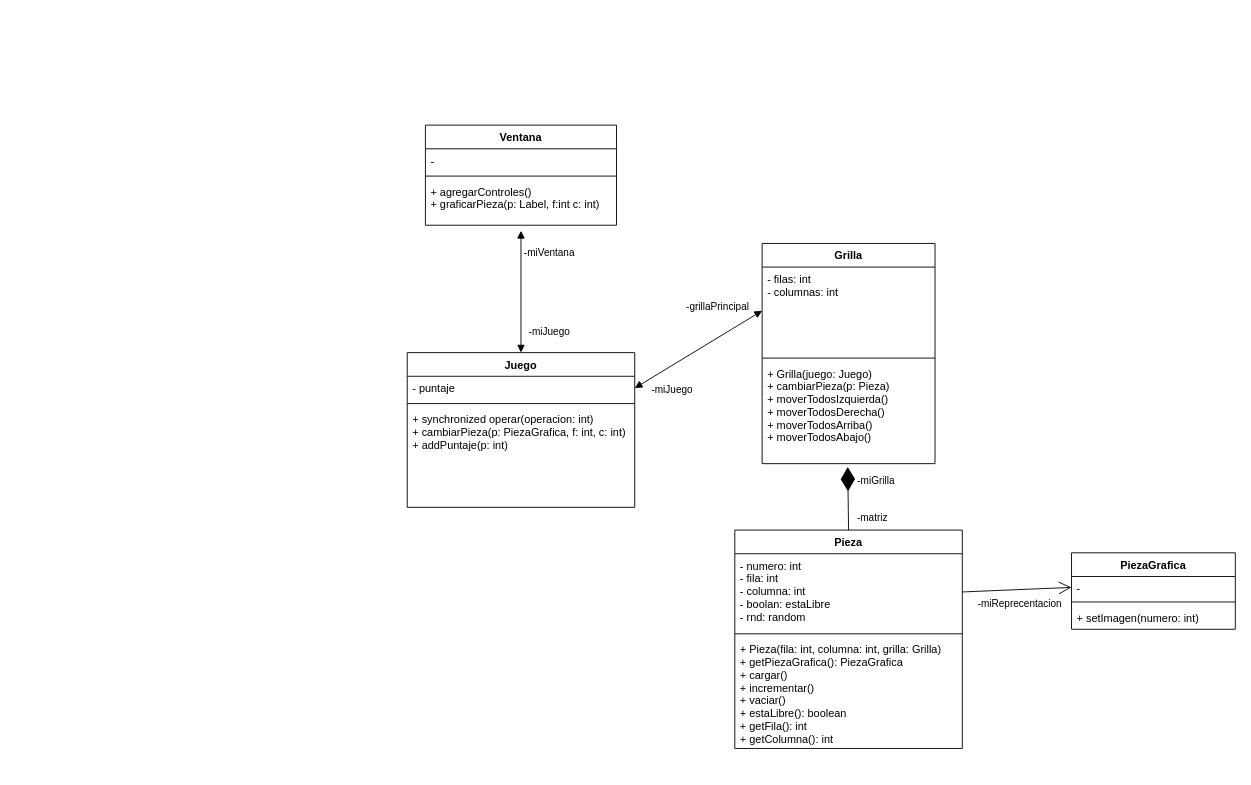
brianalcl/4096 keeps this draw.io diagram as diagrama de clases/4096.drawio. Above is the earlier version. Source tidied: cells renumbered, new cells numbered last; positions are measured from the earlier drawing's top-left corner, leaving out a move shared by most shapes. Both pictures are drawn from the tidied source at 91%, with x=0, y=0 at pixel (407, 125).
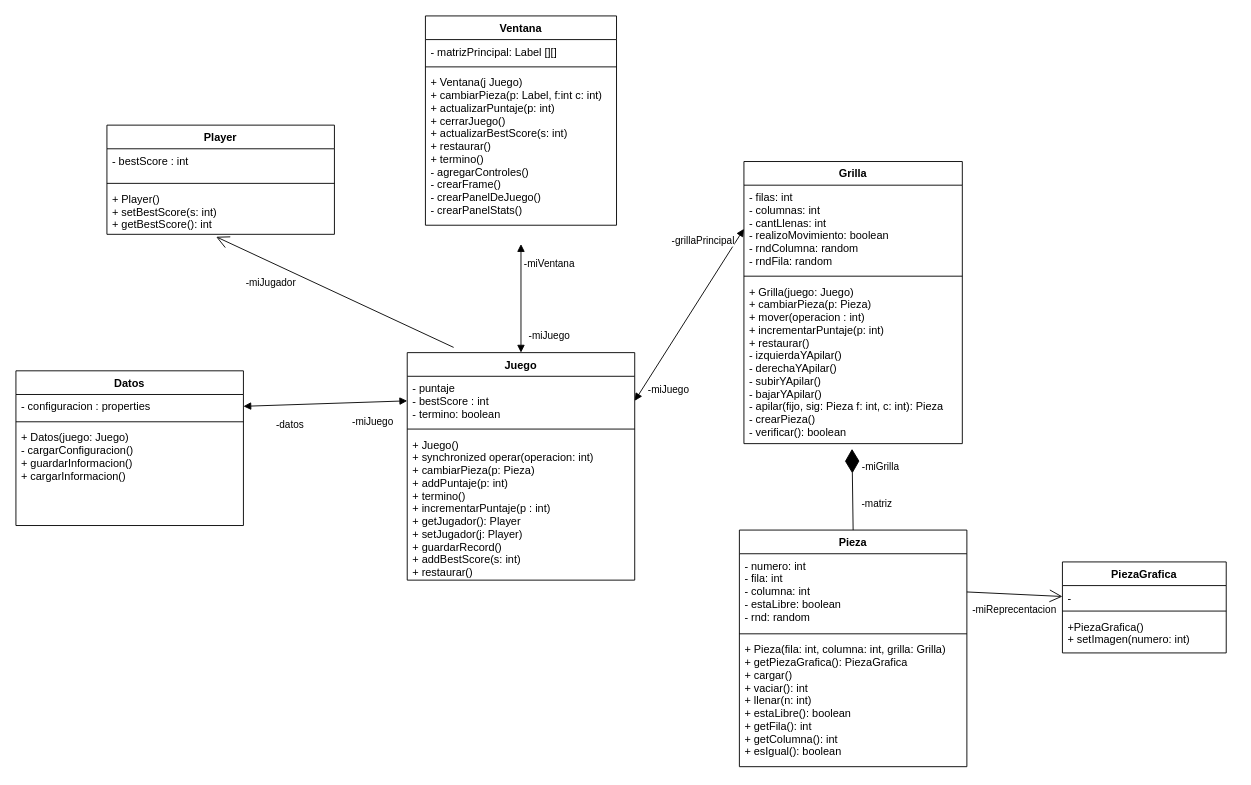
Above is the later version.

Commit message:
Actualizado diagrama de clases

The edit, as a diff of the source:
```diff
@@
     <mxCell id="2" value="Juego" style="swimlane;fontStyle=1;align=center;verticalAlign=top;horizontal=1;startSize=26;" parent="1" vertex="1">
-      <mxGeometry y="250" width="250" height="170" as="geometry" />
+      <mxGeometry y="250" width="250" height="250" as="geometry" />
     </mxCell>
-    <mxCell id="3" value="- puntaje" style="text;strokeColor=none;fillColor=none;align=left;verticalAlign=top;spacingLeft=4;spacingRight=4;overflow=hidden;points=[[0,0.5],[1,0.5]];portConstraint=eastwest;" parent="2" vertex="1">
-      <mxGeometry y="26" width="250" height="26" as="geometry" />
+    <mxCell id="3" value="- puntaje&#10;- bestScore : int&#10;- termino: boolean" style="text;strokeColor=none;fillColor=none;align=left;verticalAlign=top;spacingLeft=4;spacingRight=4;overflow=hidden;points=[[0,0.5],[1,0.5]];portConstraint=eastwest;" parent="2" vertex="1">
+      <mxGeometry y="26" width="250" height="54" as="geometry" />
     </mxCell>
     <mxCell id="4" style="line;strokeWidth=1;fillColor=none;align=left;verticalAlign=middle;spacingTop=-1;spacingLeft=3;spacingRight=3;labelPosition=right;" parent="2" vertex="1">
-      <mxGeometry y="52" width="250" height="8" as="geometry" />
+      <mxGeometry y="80" width="250" height="8" as="geometry" />
     </mxCell>
-    <mxCell id="5" value="+ synchronized operar(operacion: int)&#10;+ cambiarPieza(p: PiezaGrafica, f: int, c: int)&#10;+ addPuntaje(p: int)" style="text;strokeColor=none;fillColor=none;align=left;verticalAlign=top;spacingLeft=4;spacingRight=4;overflow=hidden;" parent="2" vertex="1">
-      <mxGeometry y="60" width="250" height="110" as="geometry" />
+    <mxCell id="5" value="+ Juego()&#10;+ synchronized operar(operacion: int)&#10;+ cambiarPieza(p: Pieza)&#10;+ addPuntaje(p: int)&#10;+ termino()&#10;+ incrementarPuntaje(p : int)&#10;+ getJugador(): Player&#10;+ setJugador(j: Player)&#10;+ guardarRecord()&#10;+ addBestScore(s: int)&#10;+ restaurar()" style="text;strokeColor=none;fillColor=none;align=left;verticalAlign=top;spacingLeft=4;spacingRight=4;overflow=hidden;" parent="2" vertex="1">
+      <mxGeometry y="88" width="250" height="162" as="geometry" />
     </mxCell>
     <mxCell id="6" value="Ventana" style="swimlane;fontStyle=1;align=center;verticalAlign=top;horizontal=1;startSize=26;" parent="1" vertex="1">
-      <mxGeometry x="20" width="210" height="110" as="geometry" />
+      <mxGeometry x="20" y="-120" width="210" height="230" as="geometry" />
     </mxCell>
-    <mxCell id="7" value="-" style="text;strokeColor=none;fillColor=none;align=left;verticalAlign=top;spacingLeft=4;spacingRight=4;overflow=hidden;" parent="6" vertex="1">
+    <mxCell id="7" value="- matrizPrincipal: Label [][]" style="text;strokeColor=none;fillColor=none;align=left;verticalAlign=top;spacingLeft=4;spacingRight=4;overflow=hidden;" parent="6" vertex="1">
       <mxGeometry y="26" width="210" height="26" as="geometry" />
     </mxCell>
@@
-    <mxCell id="9" value="+ agregarControles()&#10;+ graficarPieza(p: Label, f:int c: int)" style="text;strokeColor=none;fillColor=none;align=left;verticalAlign=top;spacingLeft=4;spacingRight=4;overflow=hidden;points=[[0,0.5],[1,0.5]];portConstraint=eastwest;" parent="6" vertex="1">
-      <mxGeometry y="60" width="210" height="50" as="geometry" />
+    <mxCell id="9" value="+ Ventana(j Juego)&#10;+ cambiarPieza(p: Label, f:int c: int)&#10;+ actualizarPuntaje(p: int)&#10;+ cerrarJuego()&#10;+ actualizarBestScore(s: int)&#10;+ restaurar()&#10;+ termino()&#10;- agregarControles()&#10;- crearFrame()&#10;- crearPanelDeJuego()&#10;- crearPanelStats()" style="text;strokeColor=none;fillColor=none;align=left;verticalAlign=top;spacingLeft=4;spacingRight=4;overflow=hidden;points=[[0,0.5],[1,0.5]];portConstraint=eastwest;" parent="6" vertex="1">
+      <mxGeometry y="60" width="210" height="170" as="geometry" />
     </mxCell>
     <mxCell id="10" value="Grilla" style="swimlane;fontStyle=1;align=center;verticalAlign=top;horizontal=1;startSize=26;" parent="1" vertex="1">
-      <mxGeometry x="390" y="130" width="190" height="242" as="geometry" />
+      <mxGeometry x="370" y="40" width="240" height="310" as="geometry" />
     </mxCell>
-    <mxCell id="11" value="- filas: int&#10;- columnas: int" style="text;strokeColor=none;fillColor=none;align=left;verticalAlign=top;spacingLeft=4;spacingRight=4;overflow=hidden;points=[[0,0.5],[1,0.5]];portConstraint=eastwest;" parent="10" vertex="1">
-      <mxGeometry y="26" width="190" height="96" as="geometry" />
+    <mxCell id="11" value="- filas: int&#10;- columnas: int&#10;- cantLlenas: int&#10;- realizoMovimiento: boolean&#10;- rndColumna: random&#10;- rndFila: random" style="text;strokeColor=none;fillColor=none;align=left;verticalAlign=top;spacingLeft=4;spacingRight=4;overflow=hidden;points=[[0,0.5],[1,0.5]];portConstraint=eastwest;" parent="10" vertex="1">
+      <mxGeometry y="26" width="240" height="96" as="geometry" />
     </mxCell>
     <mxCell id="12" style="line;strokeWidth=1;fillColor=none;align=left;verticalAlign=middle;spacingTop=-1;spacingLeft=3;spacingRight=3;labelPosition=right;" parent="10" vertex="1">
-      <mxGeometry y="122" width="190" height="8" as="geometry" />
+      <mxGeometry y="122" width="240" height="8" as="geometry" />
     </mxCell>
-    <mxCell id="13" value="+ Grilla(juego: Juego)&#10;+ cambiarPieza(p: Pieza)&#10;+ moverTodosIzquierda()&#10;+ moverTodosDerecha()&#10;+ moverTodosArriba()&#10;+ moverTodosAbajo()" style="text;strokeColor=none;fillColor=none;align=left;verticalAlign=top;spacingLeft=4;spacingRight=4;overflow=hidden;points=[[0,0.5],[1,0.5]];portConstraint=eastwest;" parent="10" vertex="1">
-      <mxGeometry y="130" width="190" height="112" as="geometry" />
+    <mxCell id="13" value="+ Grilla(juego: Juego)&#10;+ cambiarPieza(p: Pieza)&#10;+ mover(operacion : int)&#10;+ incrementarPuntaje(p: int)&#10;+ restaurar()&#10;- izquierdaYApilar()&#10;- derechaYApilar()&#10;- subirYApilar()&#10;- bajarYApilar()&#10;- apilar(fijo, sig: Pieza f: int, c: int): Pieza&#10;- crearPieza()&#10;- verificar(): boolean" style="text;strokeColor=none;fillColor=none;align=left;verticalAlign=top;spacingLeft=4;spacingRight=4;overflow=hidden;points=[[0,0.5],[1,0.5]];portConstraint=eastwest;" parent="10" vertex="1">
+      <mxGeometry y="130" width="240" height="180" as="geometry" />
     </mxCell>
@@
     <mxCell id="20" value="Pieza" style="swimlane;fontStyle=1;align=center;verticalAlign=top;horizontal=1;startSize=26;" parent="1" vertex="1">
-      <mxGeometry x="360" y="445" width="250" height="240" as="geometry" />
+      <mxGeometry x="365" y="445" width="250" height="260" as="geometry" />
     </mxCell>
-    <mxCell id="21" value="- numero: int&#10;- fila: int&#10;- columna: int&#10;- boolan: estaLibre&#10;- rnd: random" style="text;strokeColor=none;fillColor=none;align=left;verticalAlign=top;spacingLeft=4;spacingRight=4;overflow=hidden;points=[[0,0.5],[1,0.5]];portConstraint=eastwest;" parent="20" vertex="1">
+    <mxCell id="21" value="- numero: int&#10;- fila: int&#10;- columna: int&#10;- estaLibre: boolean&#10;- rnd: random" style="text;strokeColor=none;fillColor=none;align=left;verticalAlign=top;spacingLeft=4;spacingRight=4;overflow=hidden;points=[[0,0.5],[1,0.5]];portConstraint=eastwest;" parent="20" vertex="1">
       <mxGeometry y="26" width="250" height="84" as="geometry" />
     </mxCell>
@@
-    <mxCell id="23" value="+ Pieza(fila: int, columna: int, grilla: Grilla)&#10;+ getPiezaGrafica(): PiezaGrafica&#10;+ cargar()&#10;+ incrementar()&#10;+ vaciar()&#10;+ estaLibre(): boolean&#10;+ getFila(): int&#10;+ getColumna(): int" style="text;strokeColor=none;fillColor=none;align=left;verticalAlign=top;spacingLeft=4;spacingRight=4;overflow=hidden;" parent="20" vertex="1">
-      <mxGeometry y="118" width="250" height="122" as="geometry" />
+    <mxCell id="23" value="+ Pieza(fila: int, columna: int, grilla: Grilla)&#10;+ getPiezaGrafica(): PiezaGrafica&#10;+ cargar()&#10;+ vaciar(): int&#10;+ llenar(n: int)&#10;+ estaLibre(): boolean&#10;+ getFila(): int&#10;+ getColumna(): int&#10;+ esIgual(): boolean" style="text;strokeColor=none;fillColor=none;align=left;verticalAlign=top;spacingLeft=4;spacingRight=4;overflow=hidden;" parent="20" vertex="1">
+      <mxGeometry y="118" width="250" height="142" as="geometry" />
     </mxCell>
     <mxCell id="24" value="PiezaGrafica" style="swimlane;fontStyle=1;align=center;verticalAlign=top;horizontal=1;startSize=26;" parent="1" vertex="1">
-      <mxGeometry x="730" y="470" width="180" height="84" as="geometry" />
+      <mxGeometry x="720" y="480" width="180" height="100" as="geometry" />
     </mxCell>
@@
-    <mxCell id="27" value="+ setImagen(numero: int)" style="text;strokeColor=none;fillColor=none;align=left;verticalAlign=top;spacingLeft=4;spacingRight=4;overflow=hidden;" parent="24" vertex="1">
-      <mxGeometry y="58" width="180" height="26" as="geometry" />
+    <mxCell id="27" value="+PiezaGrafica()&#10;+ setImagen(numero: int)" style="text;strokeColor=none;fillColor=none;align=left;verticalAlign=top;spacingLeft=4;spacingRight=4;overflow=hidden;" parent="24" vertex="1">
+      <mxGeometry y="58" width="180" height="42" as="geometry" />
     </mxCell>
@@
+    <mxCell id="33" value="Datos" style="swimlane;fontStyle=1;align=center;verticalAlign=top;horizontal=1;startSize=26;" parent="1" vertex="1">
+      <mxGeometry x="-430" y="270" width="250" height="170" as="geometry" />
+    </mxCell>
+    <mxCell id="34" value="- configuracion : properties" style="text;strokeColor=none;fillColor=none;align=left;verticalAlign=top;spacingLeft=4;spacingRight=4;overflow=hidden;points=[[0,0.5],[1,0.5]];portConstraint=eastwest;" parent="33" vertex="1">
+      <mxGeometry y="26" width="250" height="26" as="geometry" />
+    </mxCell>
+    <mxCell id="35" style="line;strokeWidth=1;fillColor=none;align=left;verticalAlign=middle;spacingTop=-1;spacingLeft=3;spacingRight=3;labelPosition=right;" parent="33" vertex="1">
+      <mxGeometry y="52" width="250" height="8" as="geometry" />
+    </mxCell>
+    <mxCell id="36" value="+ Datos(juego: Juego)&#10;- cargarConfiguracion()&#10;+ guardarInformacion()&#10;+ cargarInformacion()" style="text;strokeColor=none;fillColor=none;align=left;verticalAlign=top;spacingLeft=4;spacingRight=4;overflow=hidden;" parent="33" vertex="1">
+      <mxGeometry y="60" width="250" height="110" as="geometry" />
+    </mxCell>
+    <mxCell id="37" style="endArrow=block;startArrow=block;endFill=1;startFill=1;html=1;rounded=0;entryX=1;entryY=0.5;entryDx=0;entryDy=0;exitX=0;exitY=0.5;exitDx=0;exitDy=0;" parent="1" edge="1" source="3" target="34">
+      <mxGeometry relative="1" as="geometry" />
+    </mxCell>
+    <mxCell id="38" value="-datos" style="edgeLabel;html=1;align=center;verticalAlign=middle;" parent="37" vertex="1">
+      <mxGeometry x="0.66" relative="1" as="geometry">
+        <mxPoint x="19" y="21" as="offset" />
+      </mxGeometry>
+    </mxCell>
+    <mxCell id="39" value="-miJuego" style="edgeLabel;html=1;align=center;verticalAlign=middle;" parent="37" vertex="1">
+      <mxGeometry x="-0.54" relative="1" as="geometry">
+        <mxPoint x="2" y="21" as="offset" />
+      </mxGeometry>
+    </mxCell>
+    <mxCell id="40" value="Player" style="swimlane;fontStyle=1;align=center;verticalAlign=top;horizontal=1;startSize=26;" parent="1" vertex="1">
+      <mxGeometry x="-330" width="250" height="120" as="geometry" />
+    </mxCell>
+    <mxCell id="41" value="- bestScore : int" style="text;strokeColor=none;fillColor=none;align=left;verticalAlign=top;spacingLeft=4;spacingRight=4;overflow=hidden;" parent="40" vertex="1">
+      <mxGeometry y="26" width="250" height="34" as="geometry" />
+    </mxCell>
+    <mxCell id="42" style="line;strokeWidth=1;fillColor=none;align=left;verticalAlign=middle;spacingTop=-1;spacingLeft=3;spacingRight=3;labelPosition=right;" parent="40" vertex="1">
+      <mxGeometry y="60" width="250" height="8" as="geometry" />
+    </mxCell>
+    <mxCell id="43" value="+ Player()&#10;+ setBestScore(s: int)&#10;+ getBestScore(): int" style="text;strokeColor=none;fillColor=none;align=left;verticalAlign=top;spacingLeft=4;spacingRight=4;overflow=hidden;points=[[0,0.5],[1,0.5]];portConstraint=eastwest;" parent="40" vertex="1">
+      <mxGeometry y="68" width="250" height="52" as="geometry" />
+    </mxCell>
+    <mxCell id="44" style="endArrow=open;endFill=1;endSize=12;html=1;rounded=0;exitX=0.204;exitY=-0.023;exitDx=0;exitDy=0;entryX=0.48;entryY=1.052;entryDx=0;entryDy=0;entryPerimeter=0;exitPerimeter=0;" parent="1" edge="1" source="2" target="43">
+      <mxGeometry relative="1" as="geometry" />
+    </mxCell>
+    <mxCell id="45" value="-miJugador" style="edgeLabel;html=1;align=center;verticalAlign=middle;" parent="44" vertex="1">
+      <mxGeometry x="0.39" y="-2" relative="1" as="geometry">
+        <mxPoint x="-21" y="14" as="offset" />
+      </mxGeometry>
+    </mxCell>
```
